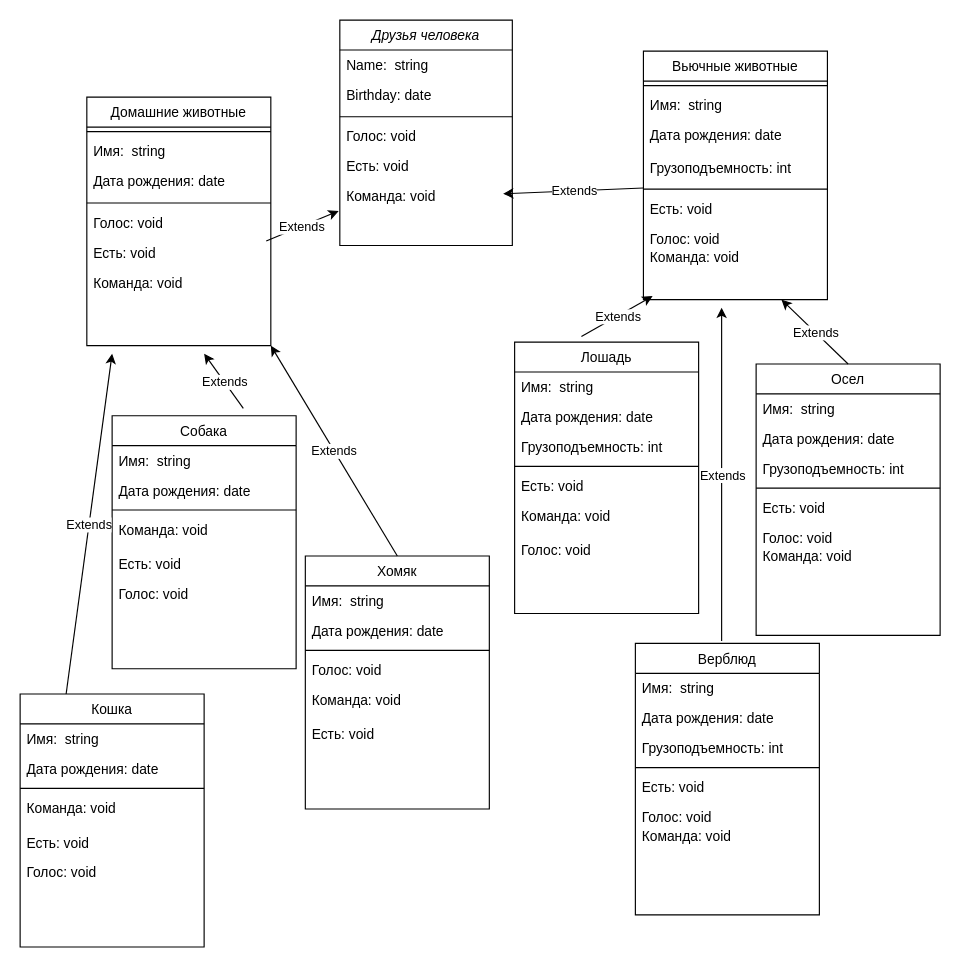
The draw.io diagram друзья человека.drawio in TimBusuok/intervalforGB, before the edit. Source tidied: cells renumbered, new cells numbered last; positions are measured from the earlier drawing's top-left corner, leaving out a move shared by most shapes. Both pictures are drawn from the tidied source at 115%, with x=0, y=0 at pixel (20, 20).
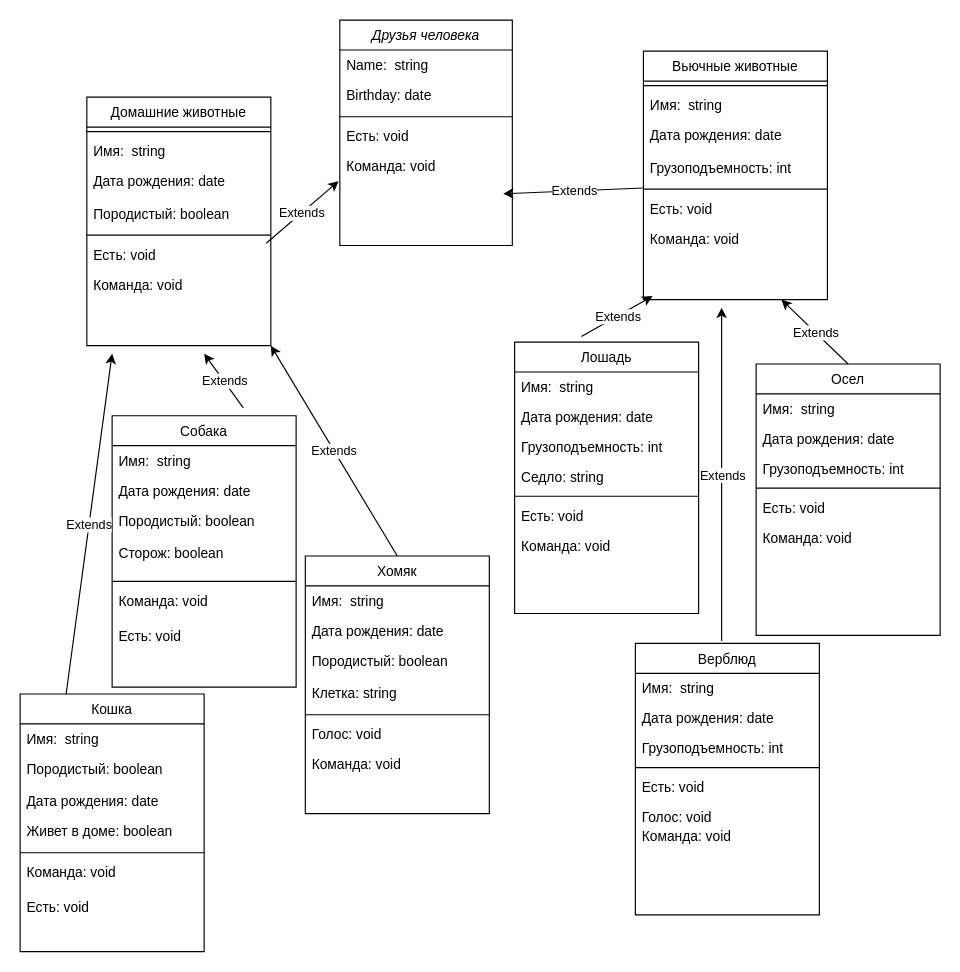
The same diagram, later.

The change refers to these unchanged cells:
```xml
<mxCell id="2" value="Друзья человека" style="swimlane;fontStyle=2;align=center;verticalAlign=top;horizontal=1;startSize=26;rounded=0;shadow=0;strokeWidth=1;" parent="1" vertex="1">
  <mxGeometry x="278" width="150" height="196" as="geometry" />
</mxCell>
<mxCell id="16" value="Вьючные животные" style="swimlane;fontStyle=0;align=center;verticalAlign=top;horizontal=1;startSize=26;rounded=0;shadow=0;strokeWidth=1;" parent="1" vertex="1">
  <mxGeometry x="542" y="27" width="160" height="216" as="geometry" />
</mxCell>
<mxCell id="27" value="Домашние животные" style="swimlane;fontStyle=0;align=center;verticalAlign=top;horizontal=1;startSize=26;rounded=0;shadow=0;strokeWidth=1;" parent="1" vertex="1">
  <mxGeometry x="58" y="67" width="160" height="216" as="geometry" />
</mxCell>
<mxCell id="51" value="Лошадь" style="swimlane;fontStyle=0;align=center;verticalAlign=top;horizontal=1;startSize=26;rounded=0;shadow=0;strokeWidth=1;" parent="1" vertex="1">
  <mxGeometry x="430" y="280" width="160" height="236" as="geometry" />
</mxCell>
<mxCell id="67" value="Осел" style="swimlane;fontStyle=0;align=center;verticalAlign=top;horizontal=1;startSize=26;rounded=0;shadow=0;strokeWidth=1;" parent="1" vertex="1">
  <mxGeometry x="640" y="299" width="160" height="236" as="geometry" />
</mxCell>
```

The edit, as a diff of the source:
```diff
@@
-    <mxCell id="6" value="Голос: void" style="text;align=left;verticalAlign=top;spacingLeft=4;spacingRight=4;overflow=hidden;" parent="2" vertex="1">
-      <mxGeometry y="88" width="150" height="26" as="geometry" />
-    </mxCell>
     <mxCell id="7" value="Есть: void" style="text;align=left;verticalAlign=top;spacingLeft=4;spacingRight=4;overflow=hidden;" parent="2" vertex="1">
-      <mxGeometry y="114" width="150" height="26" as="geometry" />
+      <mxGeometry y="88" width="150" height="26" as="geometry" />
     </mxCell>
     <mxCell id="8" value="Команда: void" style="text;align=left;verticalAlign=top;spacingLeft=4;spacingRight=4;overflow=hidden;points=[[0,0.5],[1,0.5]];portConstraint=eastwest;" parent="2" vertex="1">
-      <mxGeometry y="140" width="150" height="30" as="geometry" />
+      <mxGeometry y="114" width="150" height="30" as="geometry" />
     </mxCell>
     <mxCell id="9" value="Собака" style="swimlane;fontStyle=0;align=center;verticalAlign=top;horizontal=1;startSize=26;rounded=0;shadow=0;strokeWidth=1;" parent="1" vertex="1">
-      <mxGeometry x="80" y="344" width="160" height="220" as="geometry" />
+      <mxGeometry x="80" y="344" width="160" height="236" as="geometry" />
     </mxCell>
@@
+    <mxCell id="87" value="Породистый: boolean" style="text;align=left;verticalAlign=top;spacingLeft=4;spacingRight=4;overflow=hidden;rounded=0;shadow=0;html=0;" parent="9" vertex="1">
+      <mxGeometry y="78" width="160" height="28" as="geometry" />
+    </mxCell>
+    <mxCell id="88" value="Сторож: boolean" style="text;align=left;verticalAlign=top;spacingLeft=4;spacingRight=4;overflow=hidden;rounded=0;shadow=0;html=0;" parent="9" vertex="1">
+      <mxGeometry y="106" width="160" height="34" as="geometry" />
+    </mxCell>
     <mxCell id="12" style="line;html=1;strokeWidth=1;align=left;verticalAlign=middle;spacingTop=-1;spacingLeft=3;spacingRight=3;labelPosition=right;" parent="9" vertex="1">
-      <mxGeometry y="78" width="160" height="8" as="geometry" />
+      <mxGeometry y="140" width="160" height="8" as="geometry" />
     </mxCell>
     <mxCell id="13" value="Команда: void" style="text;align=left;verticalAlign=top;spacingLeft=4;spacingRight=4;overflow=hidden;" parent="9" vertex="1">
-      <mxGeometry y="86" width="160" height="30" as="geometry" />
+      <mxGeometry y="148" width="160" height="30" as="geometry" />
     </mxCell>
     <mxCell id="14" value="Есть: void" style="text;align=left;verticalAlign=top;spacingLeft=4;spacingRight=4;overflow=hidden;" parent="9" vertex="1">
-      <mxGeometry y="116" width="160" height="26" as="geometry" />
+      <mxGeometry y="178" width="160" height="26" as="geometry" />
     </mxCell>
-    <mxCell id="15" value="Голос: void" style="text;align=left;verticalAlign=top;spacingLeft=4;spacingRight=4;overflow=hidden;" parent="9" vertex="1">
-      <mxGeometry y="142" width="160" height="26" as="geometry" />
-    </mxCell>
@@
-    <mxCell id="23" value="Голос: void" style="text;align=left;verticalAlign=top;spacingLeft=4;spacingRight=4;overflow=hidden;" parent="16" vertex="1">
-      <mxGeometry y="150" width="160" height="16" as="geometry" />
-    </mxCell>
     <mxCell id="24" value="Команда: void" style="text;align=left;verticalAlign=top;spacingLeft=4;spacingRight=4;overflow=hidden;" parent="16" vertex="1">
-      <mxGeometry y="166" width="160" height="30" as="geometry" />
+      <mxGeometry y="150" width="160" height="30" as="geometry" />
     </mxCell>
@@
+    <mxCell id="89" value="Дата рождения: date" style="text;align=left;verticalAlign=top;spacingLeft=4;spacingRight=4;overflow=hidden;rounded=0;shadow=0;html=0;" parent="27" vertex="1">
+      <mxGeometry y="60" width="160" height="28" as="geometry" />
+    </mxCell>
-    <mxCell id="30" value="Дата рождения: date" style="text;align=left;verticalAlign=top;spacingLeft=4;spacingRight=4;overflow=hidden;rounded=0;shadow=0;html=0;" parent="27" vertex="1">
-      <mxGeometry y="60" width="160" height="28" as="geometry" />
+    <mxCell id="30" value="Породистый: boolean" style="text;align=left;verticalAlign=top;spacingLeft=4;spacingRight=4;overflow=hidden;rounded=0;shadow=0;html=0;" parent="27" vertex="1">
+      <mxGeometry y="88" width="160" height="28" as="geometry" />
     </mxCell>
     <mxCell id="31" style="line;html=1;strokeWidth=1;align=left;verticalAlign=middle;spacingTop=-1;spacingLeft=3;spacingRight=3;labelPosition=right;" parent="27" vertex="1">
-      <mxGeometry y="88" width="160" height="8" as="geometry" />
+      <mxGeometry y="116" width="160" height="8" as="geometry" />
     </mxCell>
-    <mxCell id="32" value="Голос: void" style="text;align=left;verticalAlign=top;spacingLeft=4;spacingRight=4;overflow=hidden;" parent="27" vertex="1">
-      <mxGeometry y="96" width="160" height="26" as="geometry" />
-    </mxCell>
     <mxCell id="33" value="Есть: void" style="text;align=left;verticalAlign=top;spacingLeft=4;spacingRight=4;overflow=hidden;points=[[0,0.5],[1,0.5]];portConstraint=eastwest;" parent="27" vertex="1">
-      <mxGeometry y="122" width="160" height="26" as="geometry" />
+      <mxGeometry y="124" width="160" height="26" as="geometry" />
     </mxCell>
     <mxCell id="34" value="Команда: void" style="text;align=left;verticalAlign=top;spacingLeft=4;spacingRight=4;overflow=hidden;" parent="27" vertex="1">
-      <mxGeometry y="148" width="160" height="30" as="geometry" />
+      <mxGeometry y="150" width="160" height="30" as="geometry" />
     </mxCell>
@@
     <mxCell id="37" value="Хомяк" style="swimlane;fontStyle=0;align=center;verticalAlign=top;horizontal=1;startSize=26;rounded=0;shadow=0;strokeWidth=1;" parent="1" vertex="1">
-      <mxGeometry x="248" y="466" width="160" height="220" as="geometry" />
+      <mxGeometry x="248" y="466" width="160" height="224" as="geometry" />
     </mxCell>
@@
+    <mxCell id="90" value="Породистый: boolean" style="text;align=left;verticalAlign=top;spacingLeft=4;spacingRight=4;overflow=hidden;rounded=0;shadow=0;html=0;" parent="37" vertex="1">
+      <mxGeometry y="78" width="160" height="28" as="geometry" />
+    </mxCell>
+    <mxCell id="91" value="Клетка: string" style="text;align=left;verticalAlign=top;spacingLeft=4;spacingRight=4;overflow=hidden;rounded=0;shadow=0;html=0;" parent="37" vertex="1">
+      <mxGeometry y="106" width="160" height="28" as="geometry" />
+    </mxCell>
     <mxCell id="40" style="line;html=1;strokeWidth=1;align=left;verticalAlign=middle;spacingTop=-1;spacingLeft=3;spacingRight=3;labelPosition=right;" parent="37" vertex="1">
-      <mxGeometry y="78" width="160" height="8" as="geometry" />
+      <mxGeometry y="134" width="160" height="8" as="geometry" />
     </mxCell>
     <mxCell id="41" value="Голос: void" style="text;align=left;verticalAlign=top;spacingLeft=4;spacingRight=4;overflow=hidden;" parent="37" vertex="1">
-      <mxGeometry y="86" width="160" height="26" as="geometry" />
+      <mxGeometry y="142" width="160" height="26" as="geometry" />
     </mxCell>
     <mxCell id="42" value="Команда: void" style="text;align=left;verticalAlign=top;spacingLeft=4;spacingRight=4;overflow=hidden;" parent="37" vertex="1">
-      <mxGeometry y="112" width="160" height="30" as="geometry" />
+      <mxGeometry y="168" width="160" height="30" as="geometry" />
     </mxCell>
-    <mxCell id="43" value="Есть: void" style="text;align=left;verticalAlign=top;spacingLeft=4;spacingRight=4;overflow=hidden;" parent="37" vertex="1">
-      <mxGeometry y="142" width="160" height="26" as="geometry" />
-    </mxCell>
     <mxCell id="44" value="Кошка" style="swimlane;fontStyle=0;align=center;verticalAlign=top;horizontal=1;startSize=26;rounded=0;shadow=0;strokeWidth=1;" parent="1" vertex="1">
-      <mxGeometry y="586" width="160" height="220" as="geometry" />
+      <mxGeometry y="586" width="160" height="224" as="geometry" />
     </mxCell>
@@
+    <mxCell id="92" value="Породистый: boolean" style="text;align=left;verticalAlign=top;spacingLeft=4;spacingRight=4;overflow=hidden;rounded=0;shadow=0;html=0;" parent="44" vertex="1">
+      <mxGeometry y="52" width="160" height="28" as="geometry" />
+    </mxCell>
     <mxCell id="46" value="Дата рождения: date" style="text;align=left;verticalAlign=top;spacingLeft=4;spacingRight=4;overflow=hidden;rounded=0;shadow=0;html=0;" parent="44" vertex="1">
-      <mxGeometry y="52" width="160" height="26" as="geometry" />
+      <mxGeometry y="80" width="160" height="26" as="geometry" />
     </mxCell>
+    <mxCell id="93" value="Живет в доме: boolean" style="text;align=left;verticalAlign=top;spacingLeft=4;spacingRight=4;overflow=hidden;rounded=0;shadow=0;html=0;" parent="44" vertex="1">
+      <mxGeometry y="106" width="160" height="28" as="geometry" />
+    </mxCell>
     <mxCell id="47" style="line;html=1;strokeWidth=1;align=left;verticalAlign=middle;spacingTop=-1;spacingLeft=3;spacingRight=3;labelPosition=right;" parent="44" vertex="1">
-      <mxGeometry y="78" width="160" height="8" as="geometry" />
+      <mxGeometry y="134" width="160" height="8" as="geometry" />
     </mxCell>
     <mxCell id="48" value="Команда: void" style="text;align=left;verticalAlign=top;spacingLeft=4;spacingRight=4;overflow=hidden;" parent="44" vertex="1">
-      <mxGeometry y="86" width="160" height="30" as="geometry" />
+      <mxGeometry y="142" width="160" height="30" as="geometry" />
     </mxCell>
     <mxCell id="49" value="Есть: void" style="text;align=left;verticalAlign=top;spacingLeft=4;spacingRight=4;overflow=hidden;" parent="44" vertex="1">
-      <mxGeometry y="116" width="160" height="26" as="geometry" />
+      <mxGeometry y="172" width="160" height="26" as="geometry" />
     </mxCell>
-    <mxCell id="50" value="Голос: void" style="text;align=left;verticalAlign=top;spacingLeft=4;spacingRight=4;overflow=hidden;" parent="44" vertex="1">
-      <mxGeometry y="142" width="160" height="26" as="geometry" />
-    </mxCell>
@@
+    <mxCell id="94" value="Грузоподъемность: int" style="text;align=left;verticalAlign=top;spacingLeft=4;spacingRight=4;overflow=hidden;rounded=0;shadow=0;html=0;" parent="51" vertex="1">
+      <mxGeometry y="78" width="160" height="26" as="geometry" />
+    </mxCell>
-    <mxCell id="54" value="Грузоподъемность: int" style="text;align=left;verticalAlign=top;spacingLeft=4;spacingRight=4;overflow=hidden;rounded=0;shadow=0;html=0;" parent="51" vertex="1">
-      <mxGeometry y="78" width="160" height="26" as="geometry" />
+    <mxCell id="54" value="Седло: string" style="text;align=left;verticalAlign=top;spacingLeft=4;spacingRight=4;overflow=hidden;rounded=0;shadow=0;html=0;" parent="51" vertex="1">
+      <mxGeometry y="104" width="160" height="26" as="geometry" />
     </mxCell>
     <mxCell id="55" style="line;html=1;strokeWidth=1;align=left;verticalAlign=middle;spacingTop=-1;spacingLeft=3;spacingRight=3;labelPosition=right;" parent="51" vertex="1">
-      <mxGeometry y="104" width="160" height="8" as="geometry" />
+      <mxGeometry y="130" width="160" height="8" as="geometry" />
     </mxCell>
     <mxCell id="56" value="Есть: void" style="text;align=left;verticalAlign=top;spacingLeft=4;spacingRight=4;overflow=hidden;" parent="51" vertex="1">
-      <mxGeometry y="112" width="160" height="26" as="geometry" />
+      <mxGeometry y="138" width="160" height="26" as="geometry" />
     </mxCell>
     <mxCell id="57" value="Команда: void" style="text;align=left;verticalAlign=top;spacingLeft=4;spacingRight=4;overflow=hidden;" parent="51" vertex="1">
-      <mxGeometry y="138" width="160" height="30" as="geometry" />
+      <mxGeometry y="164" width="160" height="30" as="geometry" />
     </mxCell>
-    <mxCell id="58" value="Голос: void" style="text;align=left;verticalAlign=top;spacingLeft=4;spacingRight=4;overflow=hidden;" parent="51" vertex="1">
-      <mxGeometry y="168" width="160" height="16" as="geometry" />
-    </mxCell>
@@
-    <mxCell id="73" value="Голос: void" style="text;align=left;verticalAlign=top;spacingLeft=4;spacingRight=4;overflow=hidden;" parent="67" vertex="1">
-      <mxGeometry y="138" width="160" height="16" as="geometry" />
-    </mxCell>
     <mxCell id="74" value="Команда: void" style="text;align=left;verticalAlign=top;spacingLeft=4;spacingRight=4;overflow=hidden;" parent="67" vertex="1">
-      <mxGeometry y="154" width="160" height="30" as="geometry" />
+      <mxGeometry y="138" width="160" height="30" as="geometry" />
     </mxCell>
```
